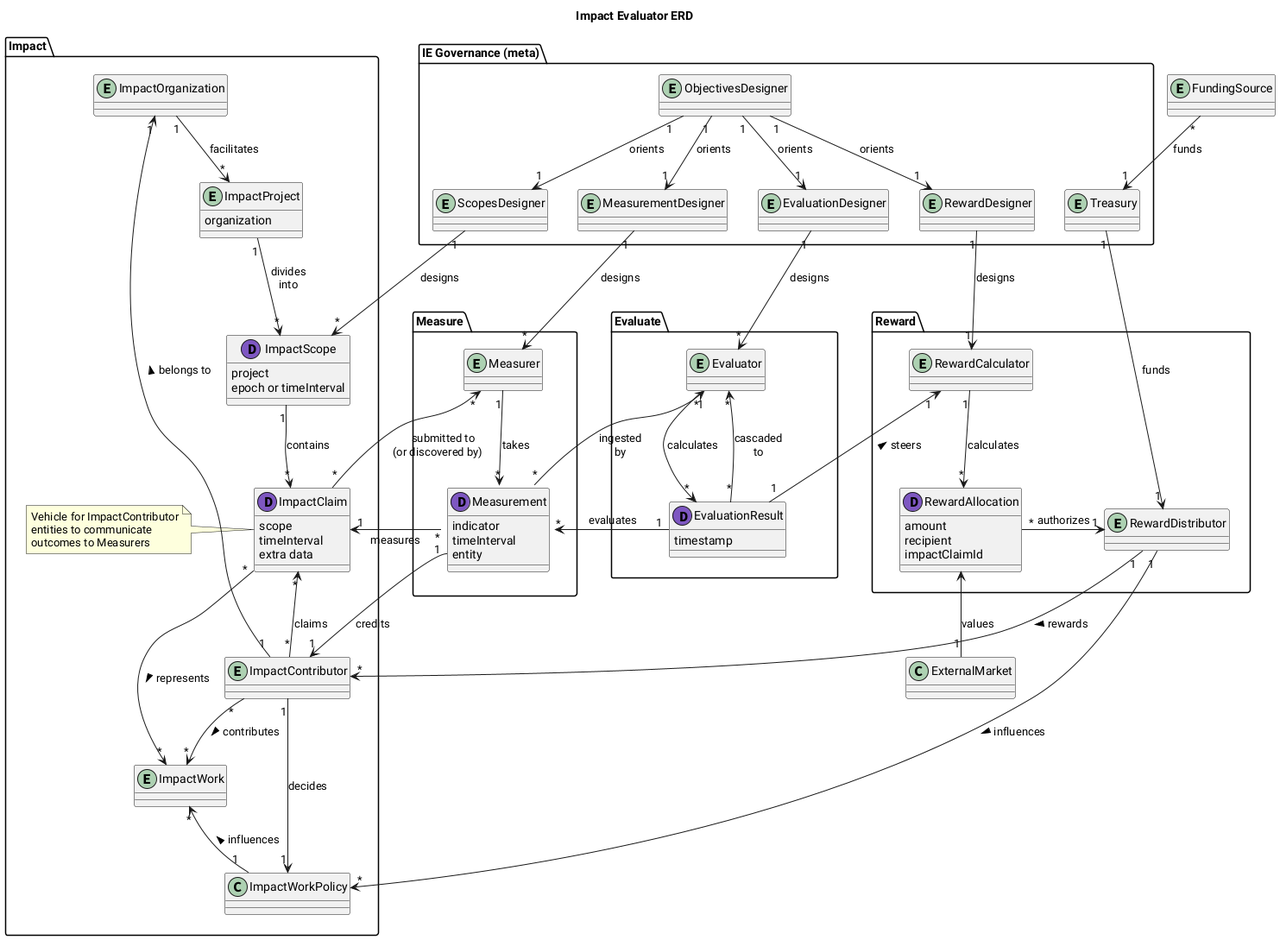
Above: ERD.png in aspiers/ImpactEvaluators (PlantUML), before the change.
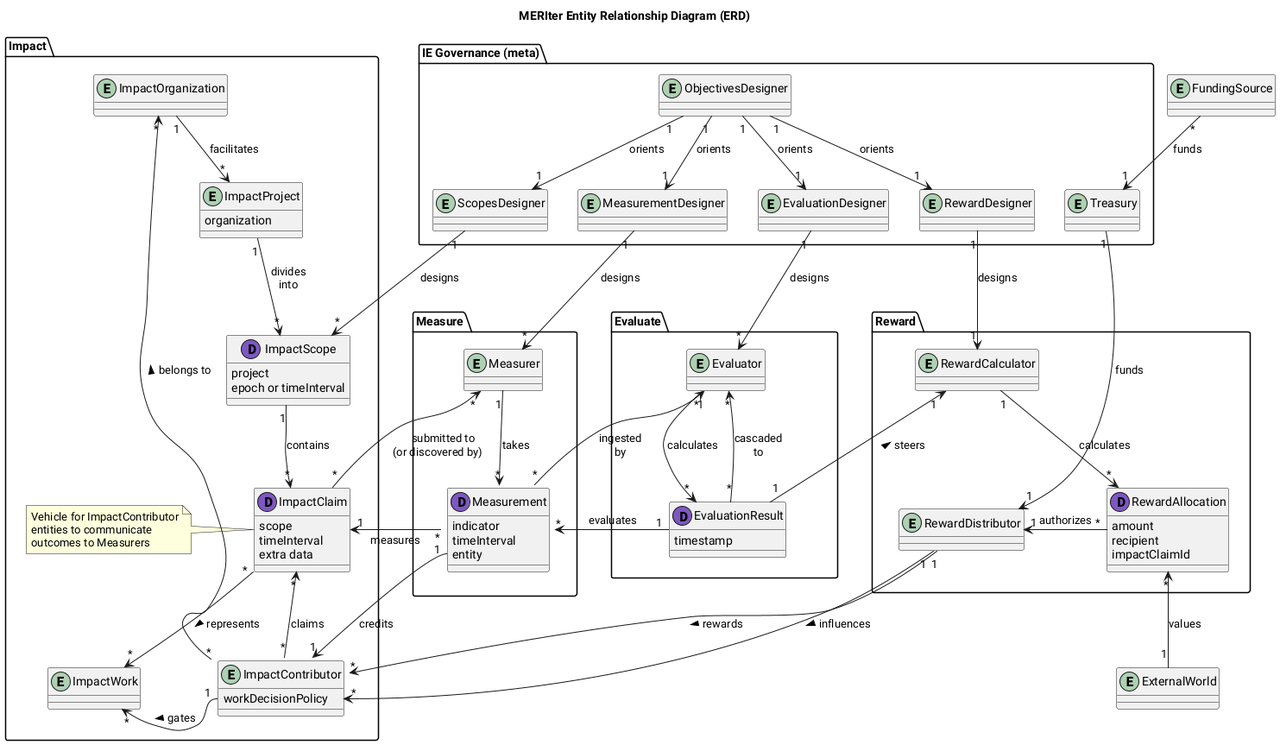
The same diagram one commit later.

Commit message:
drop directions from RewardDistributor outputs

Diff of the diagram source:
```diff
@@ -1,5 +1,16 @@
-@startuml "Impact Evaluator ERD"
-title "Impact Evaluator ERD"
+@startuml "MERIter ERD"
+title "MERIter Entity Relationship Diagram (ERD)"
+
+<style>
+classDiagram {
+    class, arrow, entity, note, spotClass, spotAbstractClass, spotEntity, spotNote, spotArrow {
+    }
+}
+spot {
+    spotEntity, spotDataClass {
+    }
+}
+</style>
 
 
 package "IE Governance (meta)" as IEGovernance {
@@ -41,17 +52,18 @@
         entities to communicate
         outcomes to Measurers
     end note
-    entity ImpactContributor
+
+    entity ImpactContributor {
+        workDecisionPolicy
+    }
 
     ImpactOrganization "1" -d-> "*" ImpactProject : facilitates
     ImpactProject "1" -d-> "*" ImpactScope : divides\ninto
     ImpactScope "1" -d-> "*" ImpactClaim : contains
     ImpactContributor "*" -u-> "*" ImpactClaim : claims
-    ImpactContributor "*" --> "*" ImpactWork : > contributes
-    ImpactContributor "1" --> "1" ImpactWorkPolicy : decides
-    ImpactWorkPolicy "1" -u-> "*" ImpactWork : > influences
+    ImpactContributor::workDecisionPolicy "1" -l-> "*" ImpactWork : > gates
     ImpactClaim "*" --> "*" ImpactWork : > represents
-    ImpactContributor "1" -u-> "1" ImpactOrganization : > belongs to
+    ImpactContributor "*" -up--> "*" ImpactOrganization : > belongs to
 }
 
 package Measure {
@@ -108,9 +120,10 @@
 
 Measurement "*" --> "*" Evaluator : "ingested     \nby     "
 EvaluationResult "1" --> "1" RewardCalculator : steers >
-RewardDistributor "1" -d-> "*" ImpactContributor : > rewards
-RewardDistributor "1" -d-> "*" ImpactWorkPolicy : > influences
+RewardDistributor "1" --> "*" ImpactContributor : > rewards
+RewardDistributor "1" ---> "*" ImpactContributor::workDecisionPolicy : > influences
 
-ExternalMarket "1" -u-> RewardAllocation : values
+entity ExternalWorld
+ExternalWorld "1" -u-> "*" RewardAllocation : values
 
 @enduml
```
